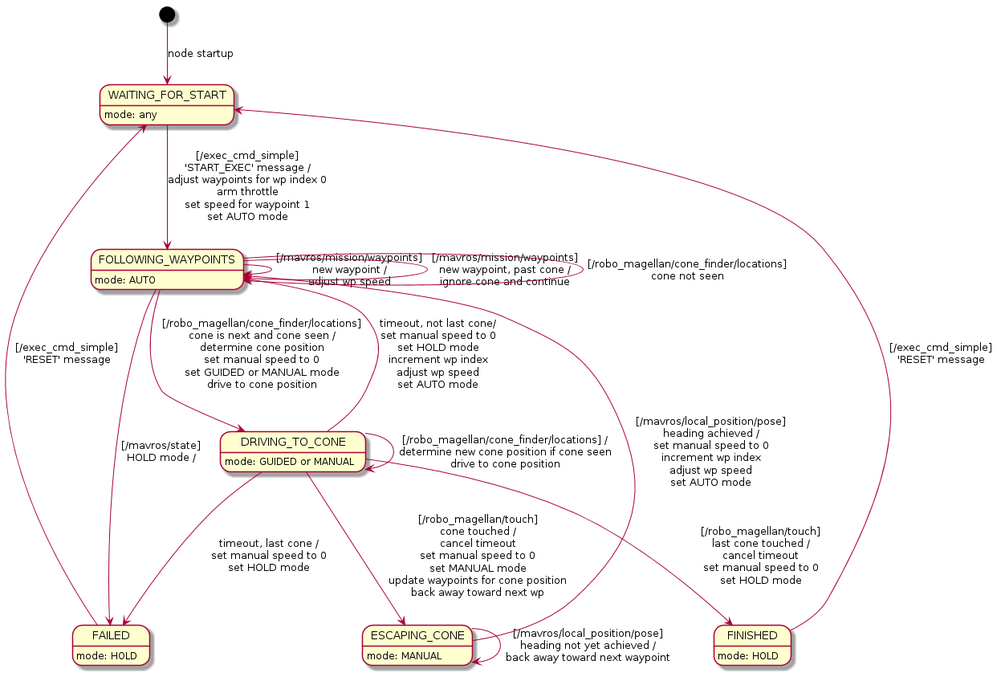
The PlantUML diagram doc/state-diagram.png in ProgrammingRobotsStudyGroup/robo_magellan, before a commit.
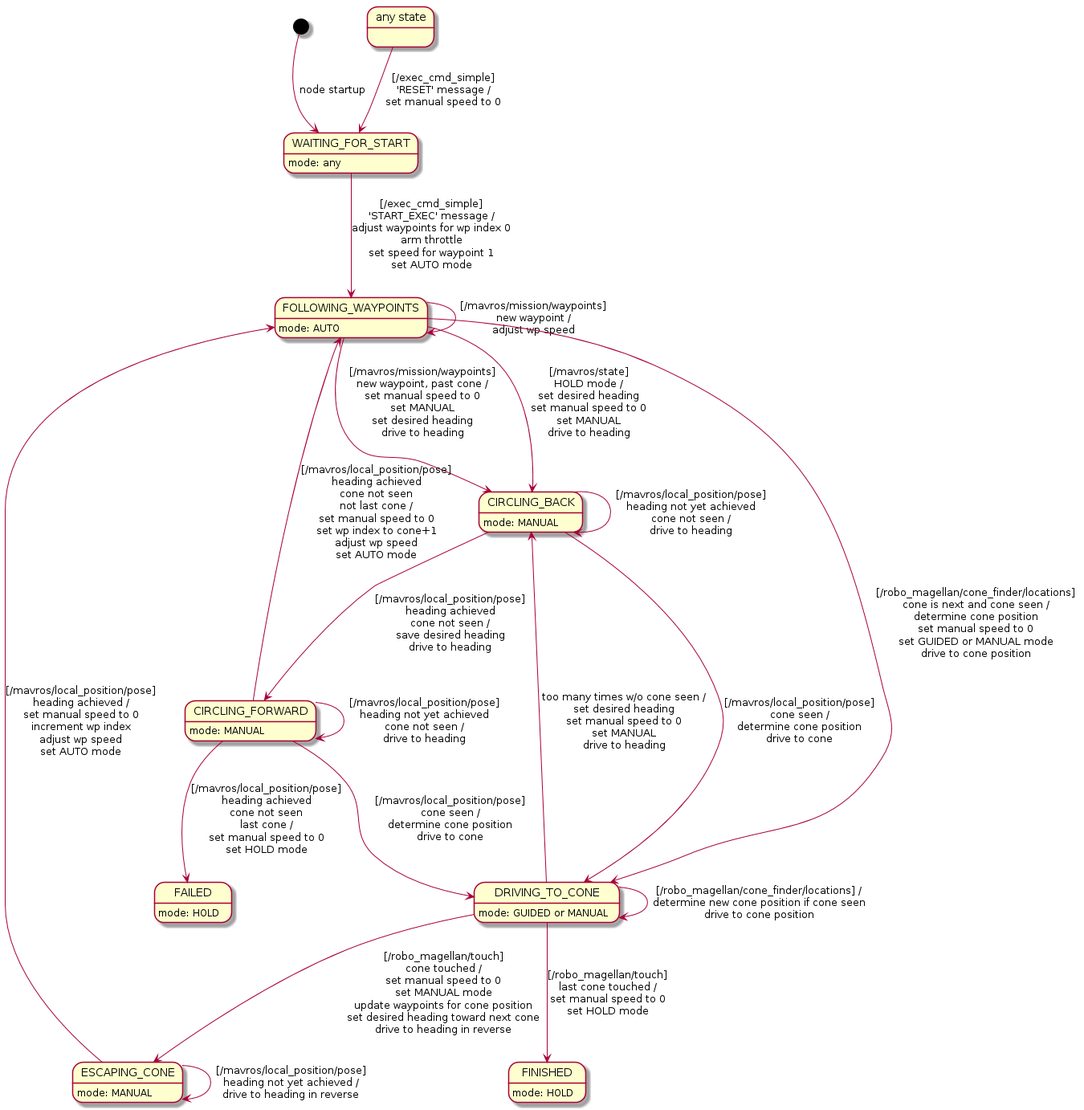
The same file after the commit.

Commit message:
Add recovery states to state diagram

Change to the diagram source:
```diff
@@ -1,6 +1,9 @@
 @startuml
 
 [*] --> waitingForStart : node startup
+
+state "any state" as any
+any --> waitingForStart : [/exec_cmd_simple]\n'RESET' message /\nset manual speed to 0
 
 state "WAITING_FOR_START" as waitingForStart
 waitingForStart : mode: any
@@ -9,30 +12,39 @@
 state "FOLLOWING_WAYPOINTS" as followingWaypoints
 followingWaypoints: mode: AUTO
 followingWaypoints --> followingWaypoints : [/mavros/mission/waypoints]\nnew waypoint /\nadjust wp speed
-followingWaypoints --> followingWaypoints : [/mavros/mission/waypoints]\nnew waypoint, past cone /\nignore cone and continue
-followingWaypoints --> followingWaypoints : [/robo_magellan/cone_finder/locations]\ncone not seen
+followingWaypoints --> circlingBack : [/mavros/mission/waypoints]\nnew waypoint, past cone /\nset manual speed to 0\nset MANUAL\nset desired heading\ndrive to heading
+followingWaypoints --> circlingBack : [/mavros/state]\nHOLD mode /\nset desired heading\nset manual speed to 0\nset MANUAL\ndrive to heading
 followingWaypoints --> drivingToCone : [/robo_magellan/cone_finder/locations]\ncone is next and cone seen /\ndetermine cone position\nset manual speed to 0\nset GUIDED or MANUAL mode\ndrive to cone position
-followingWaypoints --> failed : [/mavros/state]\nHOLD mode /
 
 state "DRIVING_TO_CONE" as drivingToCone
 drivingToCone: mode: GUIDED or MANUAL
 drivingToCone --> drivingToCone : [/robo_magellan/cone_finder/locations] /\ndetermine new cone position if cone seen\ndrive to cone position
-drivingToCone --> followingWaypoints : timeout, not last cone/\nset manual speed to 0\nset HOLD mode\nincrement wp index\nadjust wp speed\nset AUTO mode
-drivingToCone --> escapingCone : [/robo_magellan/touch]\ncone touched /\ncancel timeout\nset manual speed to 0\nset MANUAL mode\nupdate waypoints for cone position\nback away toward next wp
-drivingToCone --> failed : timeout, last cone /\nset manual speed to 0\nset HOLD mode
-drivingToCone --> finished : [/robo_magellan/touch]\nlast cone touched /\ncancel timeout\nset manual speed to 0\nset HOLD mode
+drivingToCone --> circlingBack : too many times w/o cone seen /\nset desired heading\nset manual speed to 0\nset MANUAL\ndrive to heading
+drivingToCone --> escapingCone : [/robo_magellan/touch]\ncone touched /\nset manual speed to 0\nset MANUAL mode\nupdate waypoints for cone position\nset desired heading toward next cone\ndrive to heading in reverse
+drivingToCone --> finished : [/robo_magellan/touch]\nlast cone touched /\nset manual speed to 0\nset HOLD mode
+
+state "CIRCLING_BACK" as circlingBack
+circlingBack : mode: MANUAL
+circlingBack --> circlingBack : [/mavros/local_position/pose]\nheading not yet achieved\ncone not seen /\ndrive to heading
+circlingBack --> drivingToCone : [/mavros/local_position/pose]\ncone seen /\ndetermine cone position\ndrive to cone
+circlingBack --> circlingForward : [/mavros/local_position/pose]\nheading achieved\ncone not seen /\nsave desired heading\ndrive to heading
+
+state "CIRCLING_FORWARD" as circlingForward
+circlingForward : mode: MANUAL
+circlingForward --> circlingForward : [/mavros/local_position/pose]\nheading not yet achieved\ncone not seen /\ndrive to heading
+circlingForward --> drivingToCone : [/mavros/local_position/pose]\ncone seen /\ndetermine cone position\ndrive to cone
+circlingForward --> followingWaypoints : [/mavros/local_position/pose]\nheading achieved\ncone not seen\nnot last cone /\nset manual speed to 0\nset wp index to cone+1\nadjust wp speed\nset AUTO mode
+circlingForward --> failed : [/mavros/local_position/pose]\nheading achieved\ncone not seen\nlast cone /\nset manual speed to 0\nset HOLD mode
 
 state "ESCAPING_CONE" as escapingCone
 escapingCone: mode: MANUAL
-escapingCone --> escapingCone : [/mavros/local_position/pose]\nheading not yet achieved /\nback away toward next waypoint
+escapingCone --> escapingCone : [/mavros/local_position/pose]\nheading not yet achieved /\ndrive to heading in reverse
 escapingCone --> followingWaypoints : [/mavros/local_position/pose]\nheading achieved /\nset manual speed to 0\nincrement wp index\nadjust wp speed\nset AUTO mode
 
 state "FINISHED" as finished
 finished: mode: HOLD
-finished --> waitingForStart : [/exec_cmd_simple]\n'RESET' message
 
 state "FAILED" as failed
 failed: mode: HOLD
-failed --> waitingForStart : [/exec_cmd_simple]\n'RESET' message
 
 @enduml
```
